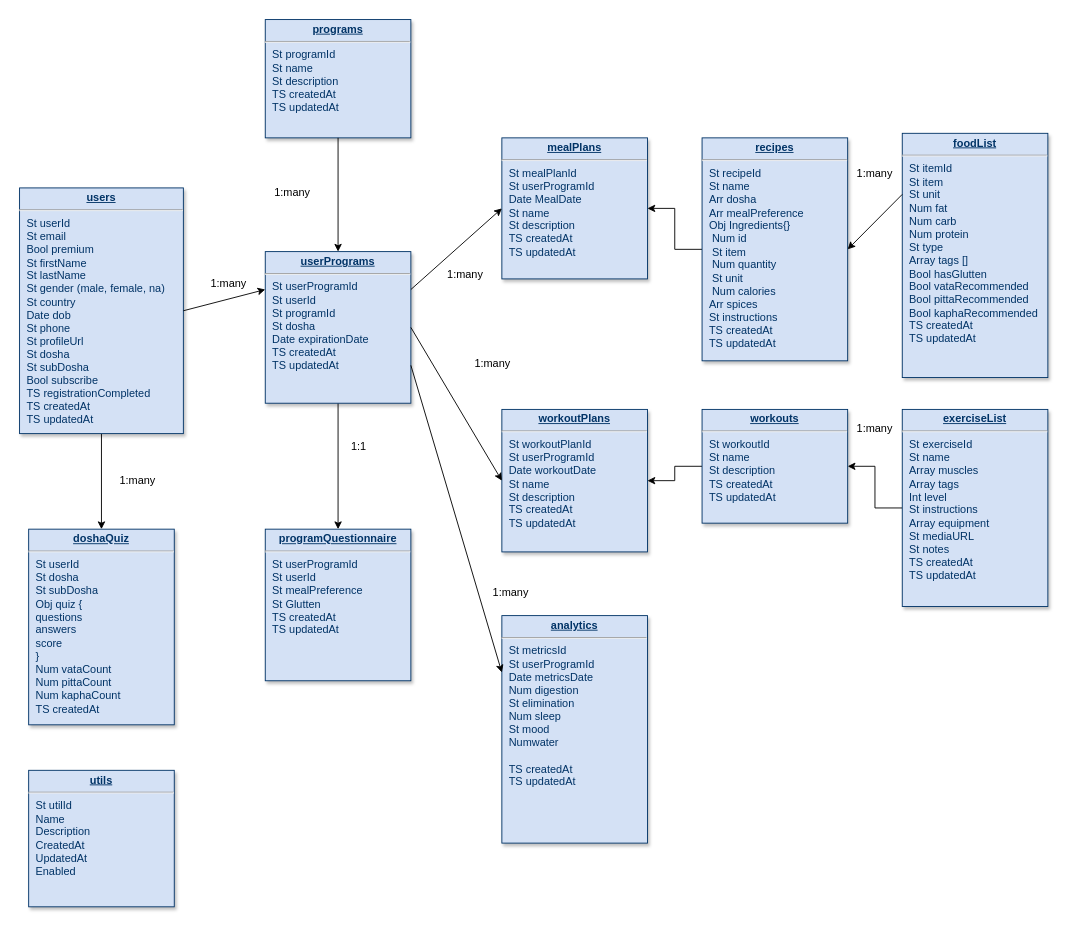
Above: Prana Diagram.drawio in jhonnyoddball/mauro218 (draw.io), before the change. Source tidied: cells renumbered, new cells numbered last; positions are measured from the earlier drawing's top-left corner, leaving out a move shared by most shapes. Both pictures are drawn from the tidied source at 91%, with x=0, y=0 at pixel (19, 19).
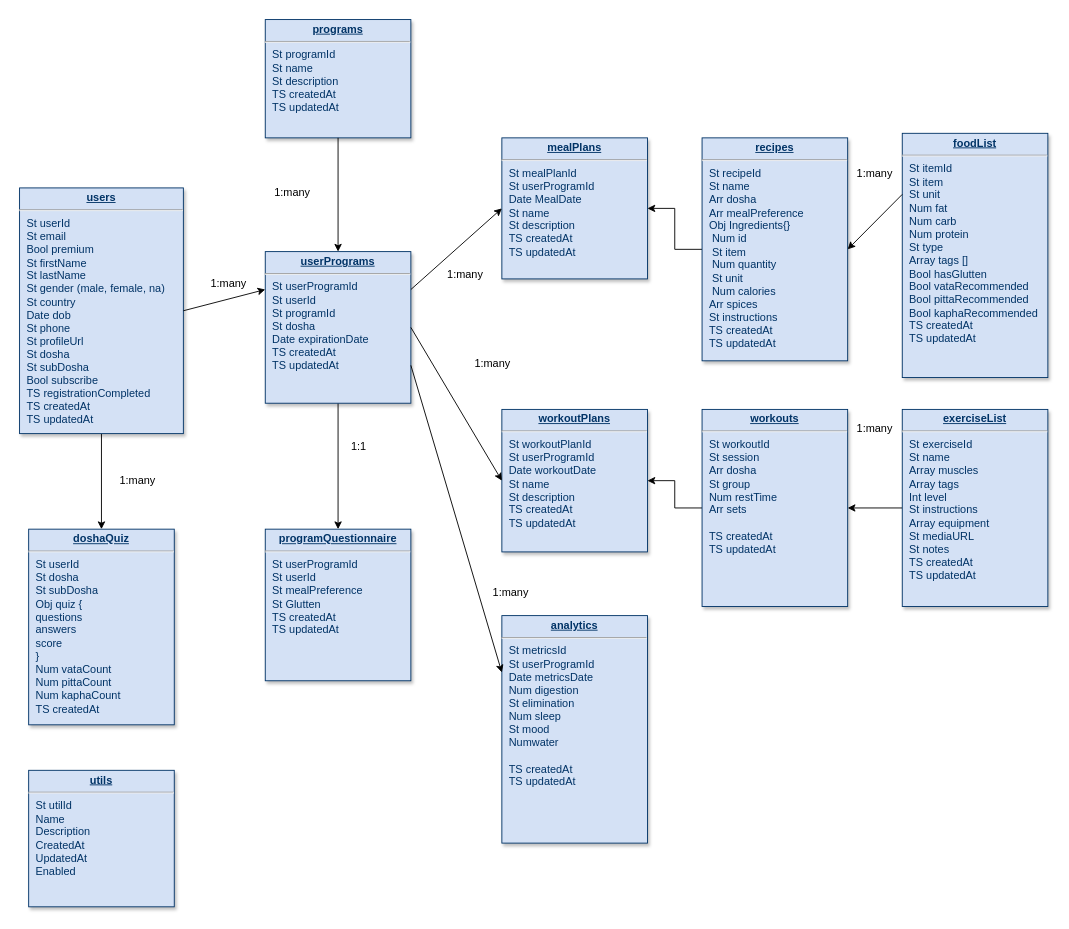
After the change.

What changed in the source:
```diff
@@
-    <mxCell id="14" value="&lt;p style=&quot;margin: 0px ; margin-top: 4px ; text-align: center ; text-decoration: underline&quot;&gt;&lt;strong&gt;workouts&lt;/strong&gt;&lt;/p&gt;&lt;hr&gt;&lt;p style=&quot;margin: 0px ; margin-left: 8px&quot;&gt;St workoutId&lt;/p&gt;&lt;p style=&quot;margin: 0px ; margin-left: 8px&quot;&gt;St name&lt;/p&gt;&lt;p style=&quot;margin: 0px ; margin-left: 8px&quot;&gt;St description&lt;/p&gt;&lt;p style=&quot;margin: 0px ; margin-left: 8px&quot;&gt;TS createdAt&lt;/p&gt;&lt;p style=&quot;margin: 0px ; margin-left: 8px&quot;&gt;TS updatedAt&lt;/p&gt;&lt;p style=&quot;margin: 0px ; margin-left: 8px&quot;&gt;&lt;br&gt;&lt;/p&gt;" style="verticalAlign=top;align=left;overflow=fill;fontSize=12;fontFamily=Helvetica;html=1;strokeColor=#003366;shadow=1;fillColor=#D4E1F5;fontColor=#003366;" parent="1" vertex="1">
-      <mxGeometry x="750" y="428.4" width="160" height="125" as="geometry" />
+    <mxCell id="14" value="&lt;p style=&quot;margin: 0px ; margin-top: 4px ; text-align: center ; text-decoration: underline&quot;&gt;&lt;strong&gt;workouts&lt;/strong&gt;&lt;/p&gt;&lt;hr&gt;&lt;p style=&quot;margin: 0px ; margin-left: 8px&quot;&gt;St workoutId&lt;/p&gt;&lt;p style=&quot;margin: 0px ; margin-left: 8px&quot;&gt;St session&lt;/p&gt;&lt;p style=&quot;margin: 0px ; margin-left: 8px&quot;&gt;Arr dosha&lt;/p&gt;&lt;p style=&quot;margin: 0px ; margin-left: 8px&quot;&gt;St group&lt;/p&gt;&lt;p style=&quot;margin: 0px ; margin-left: 8px&quot;&gt;Num restTime&lt;/p&gt;&lt;p style=&quot;margin: 0px ; margin-left: 8px&quot;&gt;Arr sets&lt;/p&gt;&lt;p style=&quot;margin: 0px ; margin-left: 8px&quot;&gt;&lt;br&gt;&lt;/p&gt;&lt;p style=&quot;margin: 0px ; margin-left: 8px&quot;&gt;TS createdAt&lt;/p&gt;&lt;p style=&quot;margin: 0px ; margin-left: 8px&quot;&gt;TS updatedAt&lt;/p&gt;&lt;p style=&quot;margin: 0px ; margin-left: 8px&quot;&gt;&lt;br&gt;&lt;/p&gt;" style="verticalAlign=top;align=left;overflow=fill;fontSize=12;fontFamily=Helvetica;html=1;strokeColor=#003366;shadow=1;fillColor=#D4E1F5;fontColor=#003366;" parent="1" vertex="1">
+      <mxGeometry x="750" y="428.4" width="160" height="216.6" as="geometry" />
     </mxCell>
```
